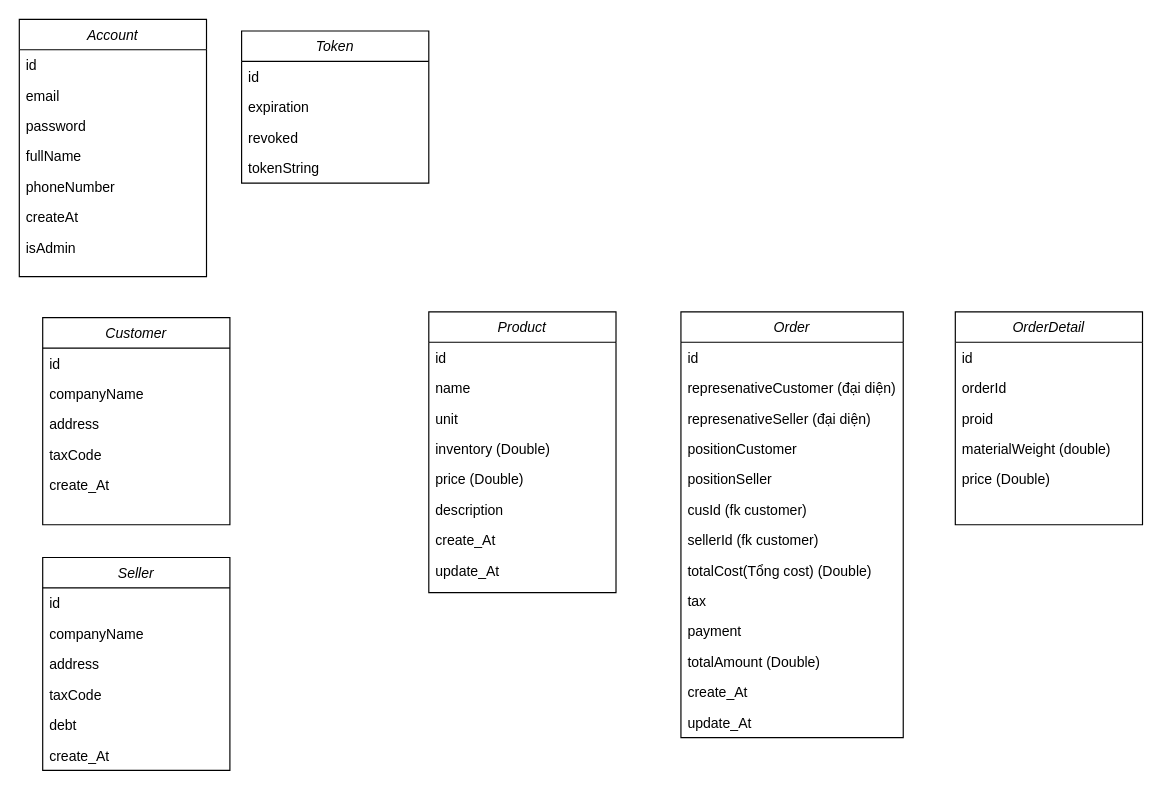
The draw.io diagram db Diagram.drawio in DacVuCaMap/ConstructCompany, before the edit. Source tidied: cells renumbered, new cells numbered last; positions are measured from the earlier drawing's top-left corner, leaving out a move shared by most shapes. Both pictures are drawn from the tidied source at 117%, with x=0, y=0 at pixel (19, 19).
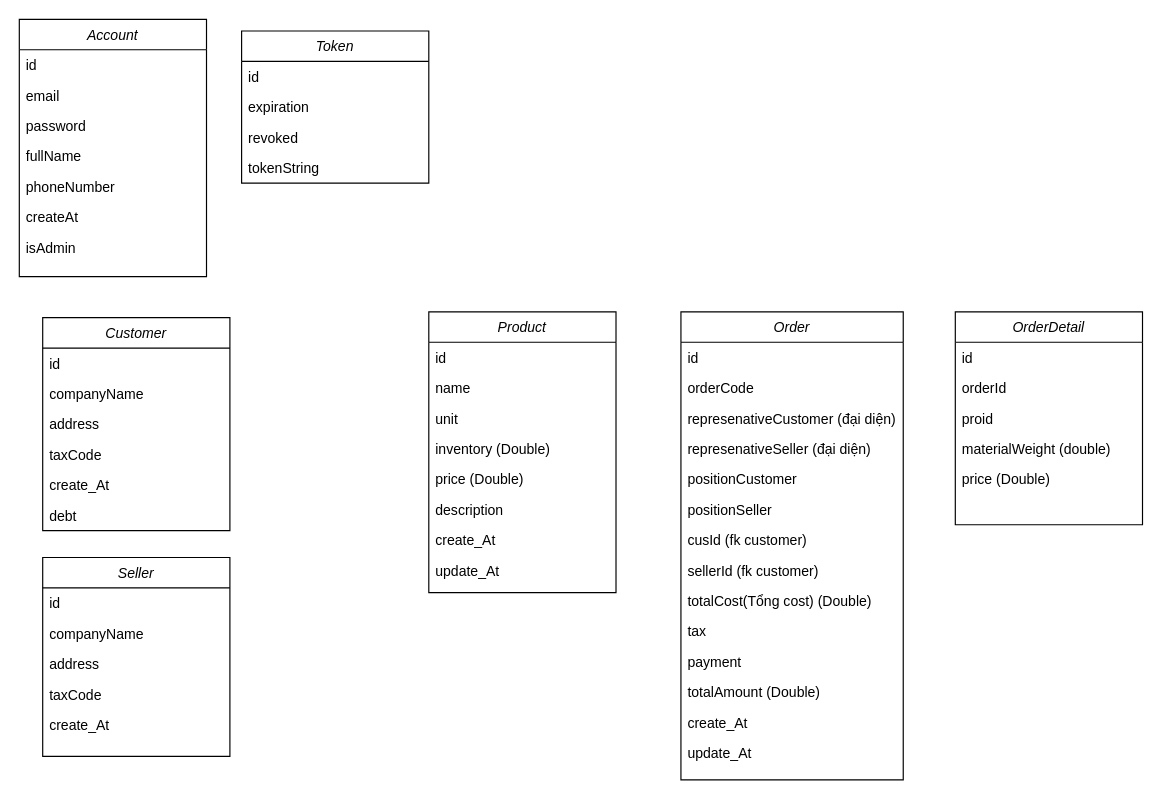
The same diagram, later.

The edit, as a diff of the source:
```diff
@@
     <mxCell id="15" value="Customer" style="swimlane;fontStyle=2;align=center;verticalAlign=top;horizontal=1;startSize=26;rounded=0;shadow=0;strokeWidth=1;" parent="1" vertex="1">
-      <mxGeometry x="20" y="255" width="160" height="177" as="geometry" />
+      <mxGeometry x="20" y="255" width="160" height="182" as="geometry" />
     </mxCell>
@@
+    <mxCell id="55" value="debt" style="text;align=left;verticalAlign=top;spacingLeft=4;spacingRight=4;overflow=hidden;" parent="15" vertex="1">
+      <mxGeometry y="156" width="160" height="26" as="geometry" />
+    </mxCell>
@@
     <mxCell id="36" value="Order" style="swimlane;fontStyle=2;align=center;verticalAlign=top;horizontal=1;startSize=26;rounded=0;shadow=0;strokeWidth=1;" parent="1" vertex="1">
-      <mxGeometry x="565.5" y="250" width="190" height="364" as="geometry" />
+      <mxGeometry x="565.5" y="250" width="190" height="400" as="geometry" />
     </mxCell>
@@
+    <mxCell id="57" value="orderCode" style="text;align=left;verticalAlign=top;spacingLeft=4;spacingRight=4;overflow=hidden;" parent="36" vertex="1">
+      <mxGeometry y="52" width="190" height="26" as="geometry" />
+    </mxCell>
     <mxCell id="38" value="represenativeCustomer (đại diện)" style="text;align=left;verticalAlign=top;spacingLeft=4;spacingRight=4;overflow=hidden;" parent="36" vertex="1">
-      <mxGeometry y="52" width="190" height="26" as="geometry" />
+      <mxGeometry y="78" width="190" height="26" as="geometry" />
     </mxCell>
     <mxCell id="39" value="represenativeSeller (đại diện)" style="text;align=left;verticalAlign=top;spacingLeft=4;spacingRight=4;overflow=hidden;" parent="36" vertex="1">
-      <mxGeometry y="78" width="190" height="26" as="geometry" />
+      <mxGeometry y="104" width="190" height="26" as="geometry" />
     </mxCell>
     <mxCell id="40" value="positionCustomer " style="text;align=left;verticalAlign=top;spacingLeft=4;spacingRight=4;overflow=hidden;" parent="36" vertex="1">
-      <mxGeometry y="104" width="190" height="26" as="geometry" />
+      <mxGeometry y="130" width="190" height="26" as="geometry" />
     </mxCell>
     <mxCell id="41" value="positionSeller " style="text;align=left;verticalAlign=top;spacingLeft=4;spacingRight=4;overflow=hidden;" parent="36" vertex="1">
-      <mxGeometry y="130" width="190" height="26" as="geometry" />
+      <mxGeometry y="156" width="190" height="26" as="geometry" />
     </mxCell>
     <mxCell id="42" value="cusId (fk customer)" style="text;align=left;verticalAlign=top;spacingLeft=4;spacingRight=4;overflow=hidden;" parent="36" vertex="1">
-      <mxGeometry y="156" width="190" height="26" as="geometry" />
+      <mxGeometry y="182" width="190" height="26" as="geometry" />
     </mxCell>
     <mxCell id="43" value="sellerId (fk customer)" style="text;align=left;verticalAlign=top;spacingLeft=4;spacingRight=4;overflow=hidden;" parent="36" vertex="1">
-      <mxGeometry y="182" width="190" height="26" as="geometry" />
+      <mxGeometry y="208" width="190" height="26" as="geometry" />
     </mxCell>
     <mxCell id="44" value="totalCost(Tổng cost) (Double)" style="text;align=left;verticalAlign=top;spacingLeft=4;spacingRight=4;overflow=hidden;" parent="36" vertex="1">
-      <mxGeometry y="208" width="190" height="26" as="geometry" />
+      <mxGeometry y="234" width="190" height="26" as="geometry" />
     </mxCell>
     <mxCell id="45" value="tax" style="text;align=left;verticalAlign=top;spacingLeft=4;spacingRight=4;overflow=hidden;" parent="36" vertex="1">
-      <mxGeometry y="234" width="190" height="26" as="geometry" />
+      <mxGeometry y="260" width="190" height="26" as="geometry" />
     </mxCell>
     <mxCell id="46" value="payment" style="text;align=left;verticalAlign=top;spacingLeft=4;spacingRight=4;overflow=hidden;" parent="36" vertex="1">
-      <mxGeometry y="260" width="190" height="26" as="geometry" />
+      <mxGeometry y="286" width="190" height="26" as="geometry" />
     </mxCell>
     <mxCell id="47" value="totalAmount (Double)" style="text;align=left;verticalAlign=top;spacingLeft=4;spacingRight=4;overflow=hidden;" parent="36" vertex="1">
-      <mxGeometry y="286" width="190" height="26" as="geometry" />
+      <mxGeometry y="312" width="190" height="26" as="geometry" />
     </mxCell>
     <mxCell id="48" value="create_At" style="text;align=left;verticalAlign=top;spacingLeft=4;spacingRight=4;overflow=hidden;" parent="36" vertex="1">
-      <mxGeometry y="312" width="190" height="26" as="geometry" />
+      <mxGeometry y="338" width="190" height="26" as="geometry" />
     </mxCell>
     <mxCell id="49" value="update_At" style="text;align=left;verticalAlign=top;spacingLeft=4;spacingRight=4;overflow=hidden;" parent="36" vertex="1">
-      <mxGeometry y="338" width="190" height="26" as="geometry" />
+      <mxGeometry y="364" width="190" height="26" as="geometry" />
     </mxCell>
     <mxCell id="50" value="Seller" style="swimlane;fontStyle=2;align=center;verticalAlign=top;horizontal=1;startSize=26;rounded=0;shadow=0;strokeWidth=1;" parent="1" vertex="1">
-      <mxGeometry x="20" y="460" width="160" height="182" as="geometry" />
+      <mxGeometry x="20" y="460" width="160" height="170" as="geometry" />
     </mxCell>
@@
-    <mxCell id="55" value="debt" style="text;align=left;verticalAlign=top;spacingLeft=4;spacingRight=4;overflow=hidden;" parent="50" vertex="1">
-      <mxGeometry y="130" width="160" height="26" as="geometry" />
-    </mxCell>
     <mxCell id="56" value="create_At" style="text;align=left;verticalAlign=top;spacingLeft=4;spacingRight=4;overflow=hidden;" parent="50" vertex="1">
-      <mxGeometry y="156" width="160" height="26" as="geometry" />
+      <mxGeometry y="130" width="160" height="26" as="geometry" />
     </mxCell>
```
